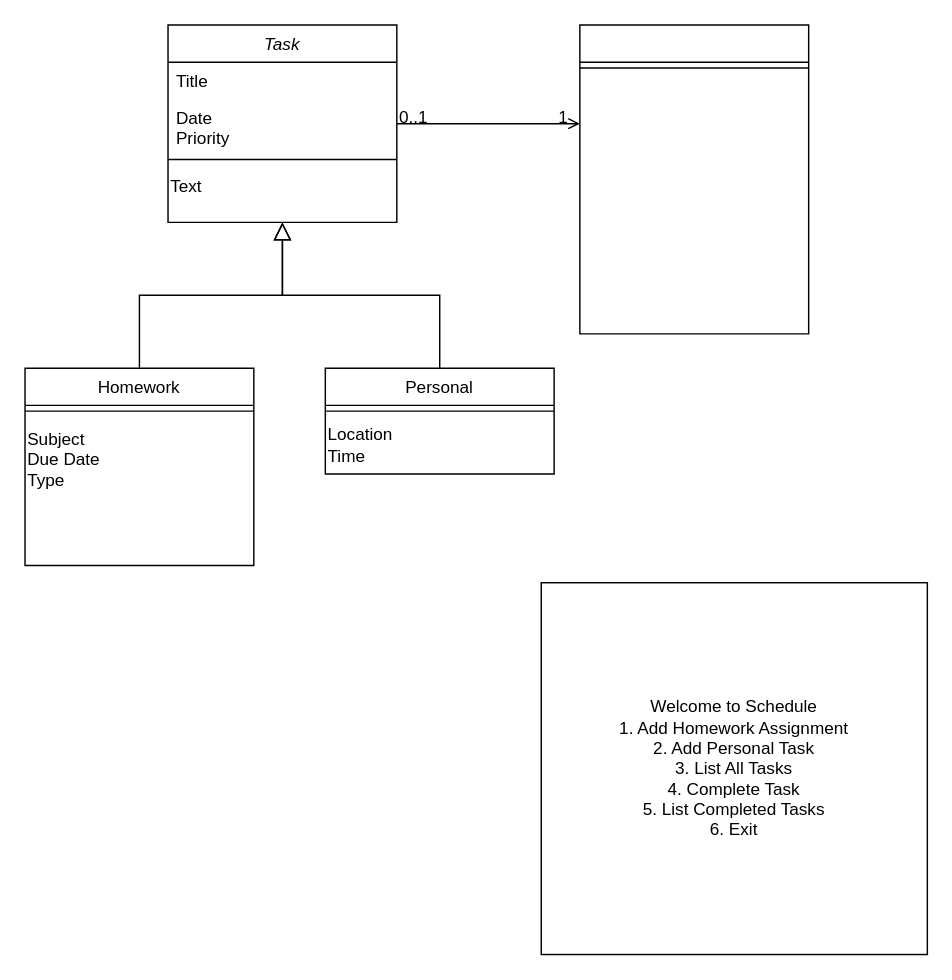
Above: StudentScheduler.drawio in CS112-2564-Fall2024/ud1-team-orchard (draw.io), before the change. Source tidied: cells renumbered, new cells numbered last; positions are measured from the earlier drawing's top-left corner, leaving out a move shared by most shapes. Both pictures are drawn from the tidied source at 143%, with x=0, y=0 at pixel (24, 24).
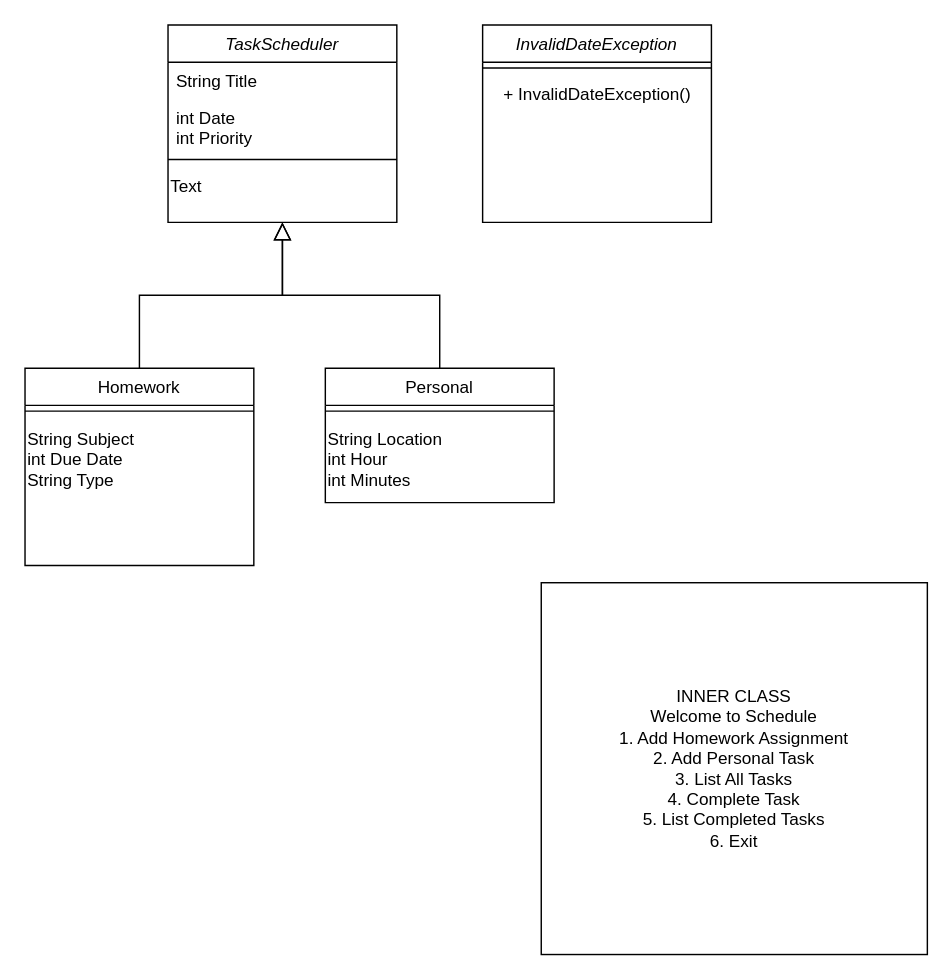
Above is the later version.

The change refers to these unchanged cells:
```xml
<mxCell id="7" value="Homework" style="swimlane;fontStyle=0;align=center;verticalAlign=top;horizontal=1;startSize=26;rounded=0;shadow=0;strokeWidth=1;" parent="1" vertex="1">
  <mxGeometry y="240" width="160" height="138" as="geometry" />
</mxCell>
```

What changed in the source:
```diff
@@
-    <mxCell id="2" value="Task" style="swimlane;fontStyle=2;align=center;verticalAlign=top;horizontal=1;startSize=26;rounded=0;shadow=0;strokeWidth=1;" parent="1" vertex="1">
+    <mxCell id="2" value="TaskScheduler" style="swimlane;fontStyle=2;align=center;verticalAlign=top;horizontal=1;startSize=26;rounded=0;shadow=0;strokeWidth=1;" parent="1" vertex="1">
       <mxGeometry x="100" width="160" height="138" as="geometry" />
     </mxCell>
-    <mxCell id="3" value="Title" style="text;align=left;verticalAlign=top;spacingLeft=4;spacingRight=4;overflow=hidden;" parent="2" vertex="1">
+    <mxCell id="3" value="String Title" style="text;align=left;verticalAlign=top;spacingLeft=4;spacingRight=4;overflow=hidden;" parent="2" vertex="1">
       <mxGeometry y="26" width="160" height="26" as="geometry" />
     </mxCell>
-    <mxCell id="4" value="Date&#10;Priority&#10;&#10;&#10;" style="text;align=left;verticalAlign=top;spacingLeft=4;spacingRight=4;overflow=hidden;rounded=0;shadow=0;html=0;" parent="2" vertex="1">
+    <mxCell id="4" value="int Date&#10;int Priority&#10;&#10;&#10;" style="text;align=left;verticalAlign=top;spacingLeft=4;spacingRight=4;overflow=hidden;rounded=0;shadow=0;html=0;" parent="2" vertex="1">
       <mxGeometry y="52" width="160" height="38" as="geometry" />
     </mxCell>
@@
-    <mxCell id="9" value="Subject&lt;br&gt;Due Date&lt;br&gt;Type" style="text;html=1;align=left;verticalAlign=middle;strokeColor=none;fillColor=none;" parent="7" vertex="1">
+    <mxCell id="9" value="String Subject&lt;br&gt;int Due Date&lt;br&gt;String Type" style="text;html=1;align=left;verticalAlign=middle;strokeColor=none;fillColor=none;" parent="7" vertex="1">
       <mxGeometry y="34" width="160" height="60" as="geometry" />
     </mxCell>
@@
     <mxCell id="11" value="Personal" style="swimlane;fontStyle=0;align=center;verticalAlign=top;horizontal=1;startSize=26;rounded=0;shadow=0;strokeWidth=1;" parent="1" vertex="1">
-      <mxGeometry x="210" y="240" width="160" height="74" as="geometry" />
+      <mxGeometry x="210" y="240" width="160" height="94" as="geometry" />
     </mxCell>
@@
-    <mxCell id="13" value="Location&lt;br&gt;Time" style="text;html=1;align=left;verticalAlign=middle;strokeColor=none;fillColor=none;" parent="11" vertex="1">
-      <mxGeometry y="34" width="160" height="40" as="geometry" />
+    <mxCell id="13" value="String Location&lt;br&gt;int Hour&lt;br&gt;int Minutes" style="text;html=1;align=left;verticalAlign=middle;strokeColor=none;fillColor=none;" parent="11" vertex="1">
+      <mxGeometry y="34" width="160" height="60" as="geometry" />
     </mxCell>
@@
-    <mxCell id="15" style="swimlane;fontStyle=0;align=center;verticalAlign=top;horizontal=1;startSize=26;rounded=0;shadow=0;strokeWidth=1;" parent="1" vertex="1">
-      <mxGeometry x="388" width="160" height="216" as="geometry" />
-    </mxCell>
+    <mxCell id="20" value="INNER CLASS&lt;br&gt;Welcome to Schedule&lt;br&gt;1. Add Homework Assignment&lt;br&gt;2. Add Personal Task&lt;br&gt;3. List All Tasks&lt;br&gt;&lt;div&gt;4. Complete Task&lt;br&gt;5. List Completed Tasks&lt;br&gt;&lt;/div&gt;&lt;div&gt;6. Exit&lt;br&gt;&lt;/div&gt;" style="rounded=0;whiteSpace=wrap;html=1;" parent="1" vertex="1">
+      <mxGeometry x="361" y="390" width="270" height="260" as="geometry" />
+    </mxCell>
+    <mxCell id="21" value="InvalidDateException" style="swimlane;fontStyle=2;align=center;verticalAlign=top;horizontal=1;startSize=26;rounded=0;shadow=0;strokeWidth=1;" parent="1" vertex="1">
+      <mxGeometry x="320" width="160" height="138" as="geometry" />
+    </mxCell>
-    <mxCell id="16" style="line;html=1;strokeWidth=1;align=left;verticalAlign=middle;spacingTop=-1;spacingLeft=3;spacingRight=3;labelPosition=right;" parent="15" vertex="1">
+    <mxCell id="16" style="line;html=1;strokeWidth=1;align=left;verticalAlign=middle;spacingTop=-1;spacingLeft=3;spacingRight=3;labelPosition=right;" parent="21" vertex="1">
       <mxGeometry y="26" width="160" height="8" as="geometry" />
     </mxCell>
-    <mxCell id="17" style="endArrow=open;shadow=0;strokeWidth=1;rounded=0;curved=0;endFill=1;edgeStyle=elbowEdgeStyle;elbow=vertical;" parent="1" edge="1" source="2" target="15">
-      <mxGeometry x="0.5" y="41" relative="1" as="geometry">
-        <mxPoint x="-40" y="32" as="offset" />
-      </mxGeometry>
-    </mxCell>
-    <mxCell id="18" value="0..1" style="align=left;verticalAlign=bottom;labelBackgroundColor=none;fontSize=12;" parent="17" vertex="1">
-      <mxGeometry x="-1" relative="1" as="geometry">
-        <mxPoint y="4" as="offset" />
-      </mxGeometry>
-    </mxCell>
-    <mxCell id="19" value="1" style="align=right;verticalAlign=bottom;labelBackgroundColor=none;fontSize=12;" parent="17" vertex="1">
-      <mxGeometry x="1" relative="1" as="geometry">
-        <mxPoint x="-7" y="4" as="offset" />
-      </mxGeometry>
-    </mxCell>
-    <mxCell id="20" value="Welcome to Schedule&lt;br&gt;1. Add Homework Assignment&lt;br&gt;2. Add Personal Task&lt;br&gt;3. List All Tasks&lt;br&gt;&lt;div&gt;4. Complete Task&lt;br&gt;5. List Completed Tasks&lt;br&gt;&lt;/div&gt;&lt;div&gt;6. Exit&lt;br&gt;&lt;/div&gt;" style="rounded=0;whiteSpace=wrap;html=1;" parent="1" vertex="1">
-      <mxGeometry x="361" y="390" width="270" height="260" as="geometry" />
-    </mxCell>
+    <mxCell id="22" value="+ InvalidDateException()" style="text;html=1;align=center;verticalAlign=middle;strokeColor=none;fillColor=none;" parent="21" vertex="1">
+      <mxGeometry y="34" width="160" height="30" as="geometry" />
+    </mxCell>
```
